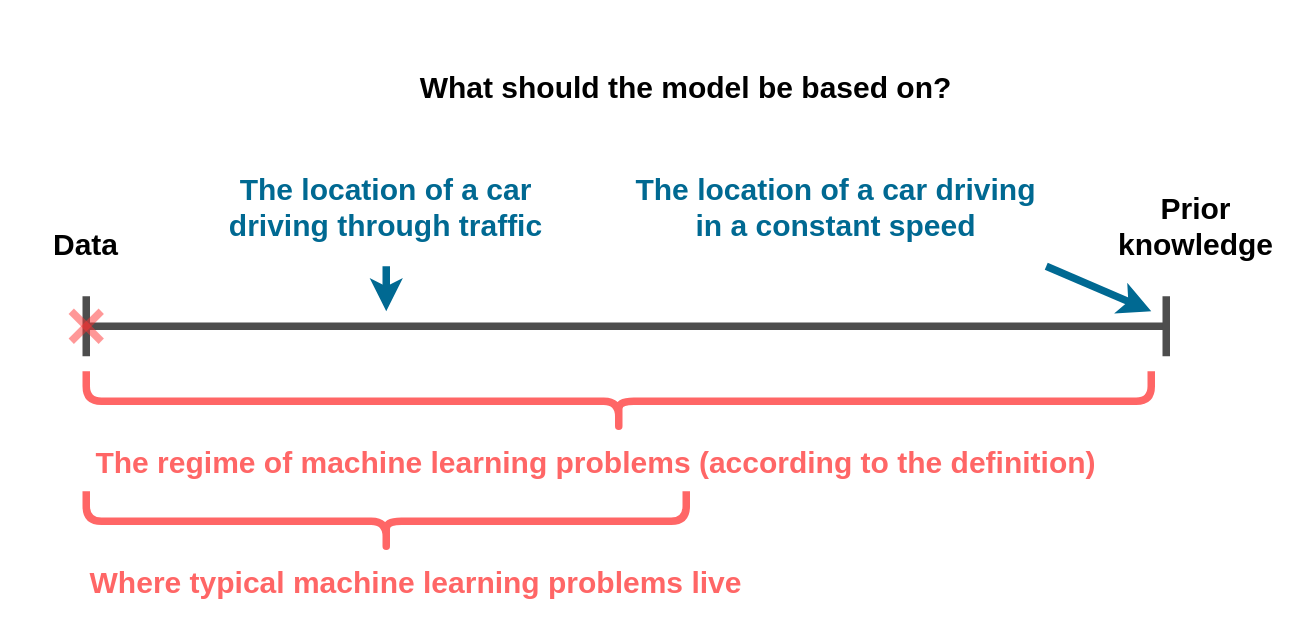
Earlier version of the draw.io diagram page "data_vs_prior_ml" (2 of 2) of content/lecture01/assets/data_vs_prior.drawio (technion046195/technion046195). Source tidied: cells renumbered, new cells numbered last; positions are measured from the earlier drawing's top-left corner, leaving out a move shared by most shapes. Both pictures are drawn from the tidied source at 150%, with x=0, y=0 at pixel (26, -132).
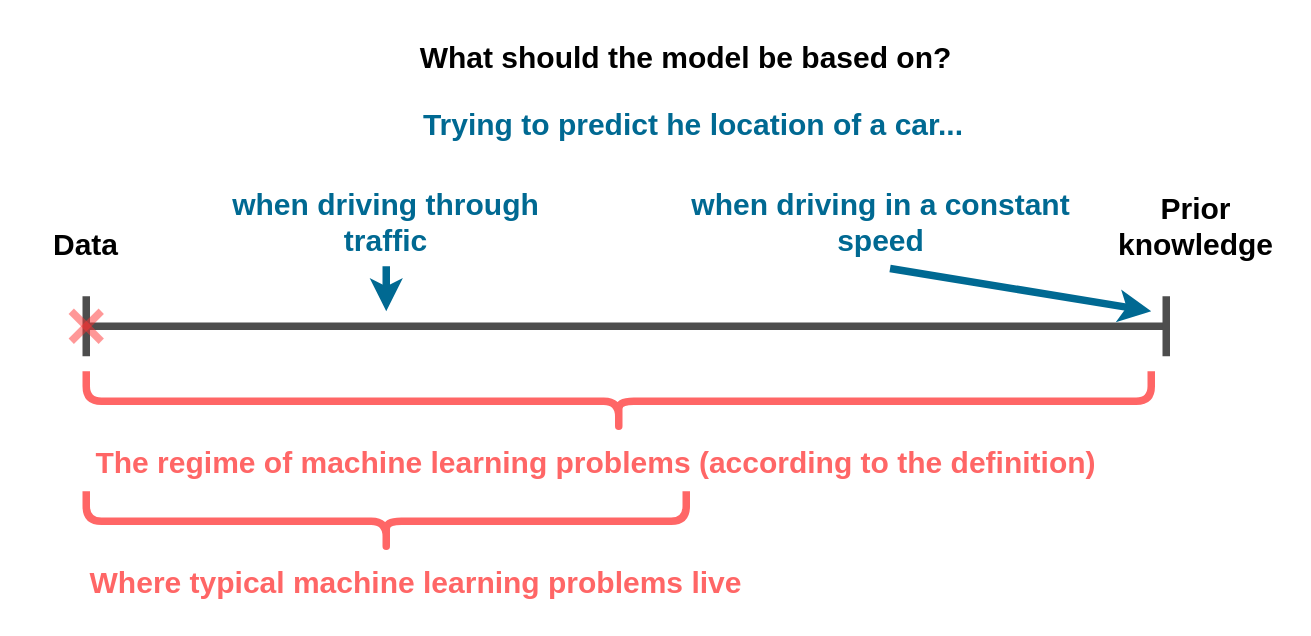
The same diagram, later.

The edit, as a diff of the source:
```diff
@@
-    <mxCell id="9" value="What should the model be based on?" style="text;html=1;strokeColor=none;fillColor=none;align=center;verticalAlign=middle;whiteSpace=wrap;rounded=0;fontStyle=1;fontSize=20;" parent="1" vertex="1">
-      <mxGeometry x="240" y="125" width="400" height="40" as="geometry" />
-    </mxCell>
@@
-    <mxCell id="11" style="endArrow=classic;html=1;strokeWidth=5;sketch=0;strokeColor=#006992;" parent="1" edge="1">
-      <mxGeometry relative="1" as="geometry">
-        <mxPoint x="680" y="265" as="sourcePoint" />
-        <mxPoint x="750" y="295" as="targetPoint" />
-      </mxGeometry>
-    </mxCell>
-    <mxCell id="12" value="The location of a car driving in a constant speed" style="text;html=1;strokeColor=none;fillColor=none;align=center;verticalAlign=middle;whiteSpace=wrap;rounded=0;fontColor=#006992;fontStyle=1;fontSize=20;" parent="1" vertex="1">
-      <mxGeometry x="400" y="185" width="280" height="80" as="geometry" />
-    </mxCell>
-    <mxCell id="13" style="endArrow=classic;html=1;strokeWidth=5;sketch=0;strokeColor=#006992;" parent="1" edge="1">
-      <mxGeometry relative="1" as="geometry">
-        <mxPoint x="240" y="265" as="sourcePoint" />
-        <mxPoint x="240" y="295" as="targetPoint" />
-      </mxGeometry>
-    </mxCell>
-    <mxCell id="14" value="The location of a car driving through traffic" style="text;html=1;strokeColor=none;fillColor=none;align=center;verticalAlign=middle;whiteSpace=wrap;rounded=0;fontColor=#006992;fontStyle=1;fontSize=20;" parent="1" vertex="1">
-      <mxGeometry x="120" y="185" width="240" height="80" as="geometry" />
-    </mxCell>
@@
+    <mxCell id="9" value="What should the model be based on?" style="text;html=1;strokeColor=none;fillColor=none;align=center;verticalAlign=middle;whiteSpace=wrap;rounded=0;fontStyle=1;fontSize=20;" parent="1" vertex="1">
+      <mxGeometry x="240" y="105" width="400" height="40" as="geometry" />
+    </mxCell>
+    <mxCell id="18" style="endArrow=classic;html=1;strokeWidth=5;sketch=0;strokeColor=#006992;exitX=0.521;exitY=1.025;exitDx=0;exitDy=0;exitPerimeter=0;" parent="1" edge="1" source="19">
+      <mxGeometry relative="1" as="geometry">
+        <mxPoint x="750" y="295" as="targetPoint" />
+      </mxGeometry>
+    </mxCell>
+    <mxCell id="19" value="when driving in a constant speed" style="text;html=1;strokeColor=none;fillColor=none;align=center;verticalAlign=middle;whiteSpace=wrap;rounded=0;fontColor=#006992;fontStyle=1;fontSize=20;" parent="1" vertex="1">
+      <mxGeometry x="430" y="205" width="280" height="60" as="geometry" />
+    </mxCell>
+    <mxCell id="20" style="endArrow=classic;html=1;strokeWidth=5;sketch=0;strokeColor=#006992;" parent="1" edge="1">
+      <mxGeometry relative="1" as="geometry">
+        <mxPoint x="240" y="265" as="sourcePoint" />
+        <mxPoint x="240" y="295" as="targetPoint" />
+      </mxGeometry>
+    </mxCell>
+    <mxCell id="21" value="when driving through traffic" style="text;html=1;strokeColor=none;fillColor=none;align=center;verticalAlign=middle;whiteSpace=wrap;rounded=0;fontColor=#006992;fontStyle=1;fontSize=20;" parent="1" vertex="1">
+      <mxGeometry x="120" y="205" width="240" height="60" as="geometry" />
+    </mxCell>
+    <mxCell id="22" value="Trying to predict he location of a car..." style="text;html=1;strokeColor=none;fillColor=none;align=center;verticalAlign=middle;whiteSpace=wrap;rounded=0;fontColor=#006992;fontStyle=1;fontSize=20;" parent="1" vertex="1">
+      <mxGeometry x="250" y="145" width="390" height="50" as="geometry" />
+    </mxCell>
```
